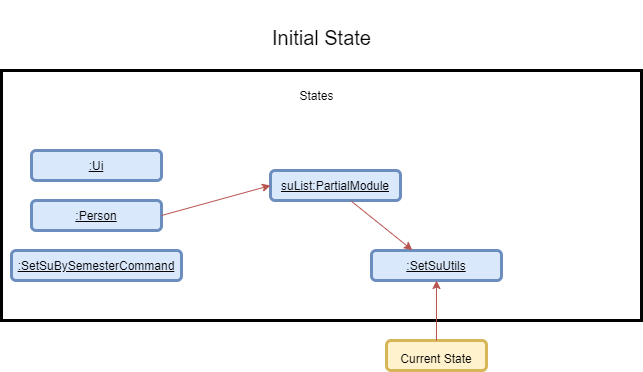
Before: docs/images/DeveloperGuide/setSuBySemesterCommand_State5.png, a diagram exported from draw.io (vanessa-kang/tp). Source tidied: cells renumbered, new cells last; positions are measured from the earlier drawing's top-left corner, leaving out a move shared by most shapes.
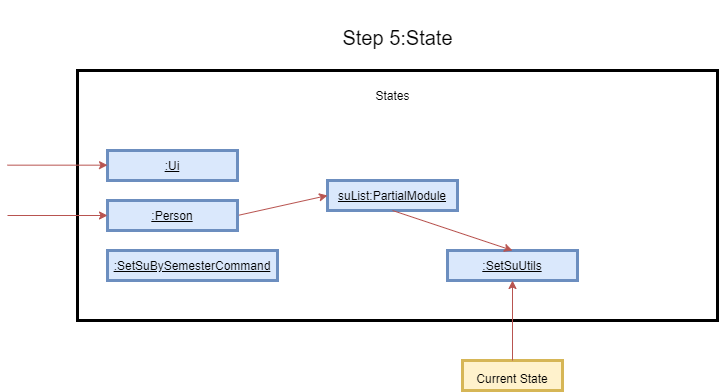
After the change.

Change to the diagram source:
```diff
@@ -5,38 +5,49 @@
     <mxCell id="2" style="rounded=0;whiteSpace=wrap;html=1;strokeWidth=3;" parent="1" vertex="1">
       <mxGeometry y="70" width="640" height="250" as="geometry" />
     </mxCell>
-    <mxCell id="3" value="&lt;font style=&quot;font-size: 20px&quot;&gt;Initial State&lt;/font&gt;" style="text;html=1;align=center;verticalAlign=middle;fontSize=40;" parent="1" vertex="1">
-      <mxGeometry x="265" width="110" height="60" as="geometry" />
+    <mxCell id="3" value="&lt;font style=&quot;font-size: 20px&quot;&gt;Step 5:State&lt;/font&gt;" style="text;html=1;align=center;verticalAlign=middle;fontSize=40;" parent="1" vertex="1">
+      <mxGeometry x="255" width="130" height="60" as="geometry" />
     </mxCell>
     <mxCell id="4" value="States" style="text;html=1;align=center;verticalAlign=middle;fontSize=12;" parent="1" vertex="1">
       <mxGeometry x="290" y="85" width="50" height="20" as="geometry" />
     </mxCell>
-    <mxCell id="5" value="&lt;font style=&quot;font-size: 12px&quot;&gt;Current State&lt;/font&gt;" style="rounded=1;whiteSpace=wrap;html=1;strokeWidth=3;fontSize=20;fillColor=#fff2cc;strokeColor=#d6b656;" parent="1" vertex="1">
-      <mxGeometry x="385" y="340" width="100" height="30" as="geometry" />
+    <mxCell id="5" value="&lt;font style=&quot;font-size: 12px&quot;&gt;Current State&lt;/font&gt;" style="rounded=0;whiteSpace=wrap;html=1;strokeWidth=3;fontSize=20;fillColor=#fff2cc;strokeColor=#d6b656;" parent="1" vertex="1">
+      <mxGeometry x="385" y="360" width="100" height="30" as="geometry" />
     </mxCell>
-    <mxCell id="6" value="&lt;u&gt;:SetSuBySemesterCommand&lt;/u&gt;" style="rounded=1;whiteSpace=wrap;html=1;strokeWidth=3;fontSize=12;fillColor=#dae8fc;strokeColor=#6c8ebf;" parent="1" vertex="1">
-      <mxGeometry x="10" y="250" width="170" height="30" as="geometry" />
+    <mxCell id="6" value="&lt;u&gt;:SetSuBySemesterCommand&lt;/u&gt;" style="rounded=0;whiteSpace=wrap;html=1;strokeWidth=3;fontSize=12;fillColor=#dae8fc;strokeColor=#6c8ebf;" parent="1" vertex="1">
+      <mxGeometry x="30" y="250" width="170" height="30" as="geometry" />
     </mxCell>
+    <mxCell id="11" value="&lt;u&gt;suList:PartialModule&lt;/u&gt;" style="rounded=0;whiteSpace=wrap;html=1;strokeWidth=3;fontSize=12;fillColor=#dae8fc;strokeColor=#6c8ebf;" parent="1" vertex="1">
+      <mxGeometry x="250" y="180" width="130" height="30" as="geometry" />
+    </mxCell>
-    <mxCell id="7" value="&lt;u&gt;:SetSuUtils&lt;/u&gt;" style="rounded=1;whiteSpace=wrap;html=1;strokeWidth=3;fontSize=12;fillColor=#dae8fc;strokeColor=#6c8ebf;" parent="1" vertex="1">
+    <mxCell id="7" value="&lt;u&gt;:SetSuUtils&lt;/u&gt;" style="rounded=0;whiteSpace=wrap;html=1;strokeWidth=3;fontSize=12;fillColor=#dae8fc;strokeColor=#6c8ebf;" parent="1" vertex="1">
       <mxGeometry x="370" y="250" width="130" height="30" as="geometry" />
     </mxCell>
     <mxCell id="8" style="endArrow=classic;html=1;fontSize=12;exitX=0.5;exitY=0;exitDx=0;exitDy=0;entryX=0.5;entryY=1;entryDx=0;entryDy=0;fillColor=#f8cecc;strokeColor=#b85450;" parent="1" edge="1" source="5" target="7">
       <mxGeometry relative="1" as="geometry" />
     </mxCell>
+    <mxCell id="13" style="endArrow=classic;html=1;fontSize=12;exitX=1;exitY=0.5;exitDx=0;exitDy=0;fillColor=#f8cecc;strokeColor=#b85450;entryX=0;entryY=0.5;entryDx=0;entryDy=0;" parent="1" edge="1" source="10" target="11">
+      <mxGeometry relative="1" as="geometry" />
+    </mxCell>
-    <mxCell id="9" value="&lt;u&gt;:Ui&lt;/u&gt;" style="rounded=1;whiteSpace=wrap;html=1;strokeWidth=3;fontSize=12;fillColor=#dae8fc;strokeColor=#6c8ebf;" parent="1" vertex="1">
+    <mxCell id="9" value="&lt;u&gt;:Ui&lt;/u&gt;" style="rounded=0;whiteSpace=wrap;html=1;strokeWidth=3;fontSize=12;fillColor=#dae8fc;strokeColor=#6c8ebf;" parent="1" vertex="1">
       <mxGeometry x="30" y="150" width="130" height="30" as="geometry" />
     </mxCell>
-    <mxCell id="10" value="&lt;u&gt;:Person&lt;/u&gt;" style="rounded=1;whiteSpace=wrap;html=1;strokeWidth=3;fontSize=12;fillColor=#dae8fc;strokeColor=#6c8ebf;" parent="1" vertex="1">
+    <mxCell id="10" value="&lt;u&gt;:Person&lt;/u&gt;" style="rounded=0;whiteSpace=wrap;html=1;strokeWidth=3;fontSize=12;fillColor=#dae8fc;strokeColor=#6c8ebf;" parent="1" vertex="1">
       <mxGeometry x="30" y="200" width="130" height="30" as="geometry" />
     </mxCell>
-    <mxCell id="11" value="&lt;u&gt;suList:PartialModule&lt;/u&gt;" style="rounded=1;whiteSpace=wrap;html=1;strokeWidth=3;fontSize=12;fillColor=#dae8fc;strokeColor=#6c8ebf;" parent="1" vertex="1">
-      <mxGeometry x="269" y="170" width="130" height="30" as="geometry" />
-    </mxCell>
+    <mxCell id="14" style="endArrow=classic;html=1;fontSize=12;entryX=0;entryY=0.5;entryDx=0;entryDy=0;fillColor=#f8cecc;strokeColor=#b85450;" parent="1" edge="1" target="10">
+      <mxGeometry relative="1" as="geometry">
+        <mxPoint x="-70" y="215" as="sourcePoint" />
+      </mxGeometry>
+    </mxCell>
+    <mxCell id="15" style="endArrow=classic;html=1;fontSize=12;entryX=0;entryY=0.5;entryDx=0;entryDy=0;fillColor=#f8cecc;strokeColor=#b85450;" parent="1" edge="1">
+      <mxGeometry relative="1" as="geometry">
+        <mxPoint x="-70" y="164.7" as="sourcePoint" />
+        <mxPoint x="30" y="164.7" as="targetPoint" />
+      </mxGeometry>
+    </mxCell>
-    <mxCell id="12" style="endArrow=classic;html=1;fontSize=12;exitX=0.623;exitY=1.027;exitDx=0;exitDy=0;fillColor=#f8cecc;strokeColor=#b85450;exitPerimeter=0;entryX=0.314;entryY=-0.013;entryDx=0;entryDy=0;entryPerimeter=0;" parent="1" edge="1" source="11" target="7">
+    <mxCell id="12" style="endArrow=classic;html=1;fontSize=12;exitX=0.5;exitY=1;exitDx=0;exitDy=0;fillColor=#f8cecc;strokeColor=#b85450;entryX=0.5;entryY=0;entryDx=0;entryDy=0;" parent="1" edge="1" source="11" target="7">
       <mxGeometry relative="1" as="geometry" />
     </mxCell>
-    <mxCell id="13" style="endArrow=classic;html=1;fontSize=12;exitX=1;exitY=0.5;exitDx=0;exitDy=0;entryX=0;entryY=0.5;entryDx=0;entryDy=0;fillColor=#f8cecc;strokeColor=#b85450;" parent="1" edge="1" source="10" target="11">
-      <mxGeometry relative="1" as="geometry" />
-    </mxCell>
   </root>
 </mxGraphModel>
```
